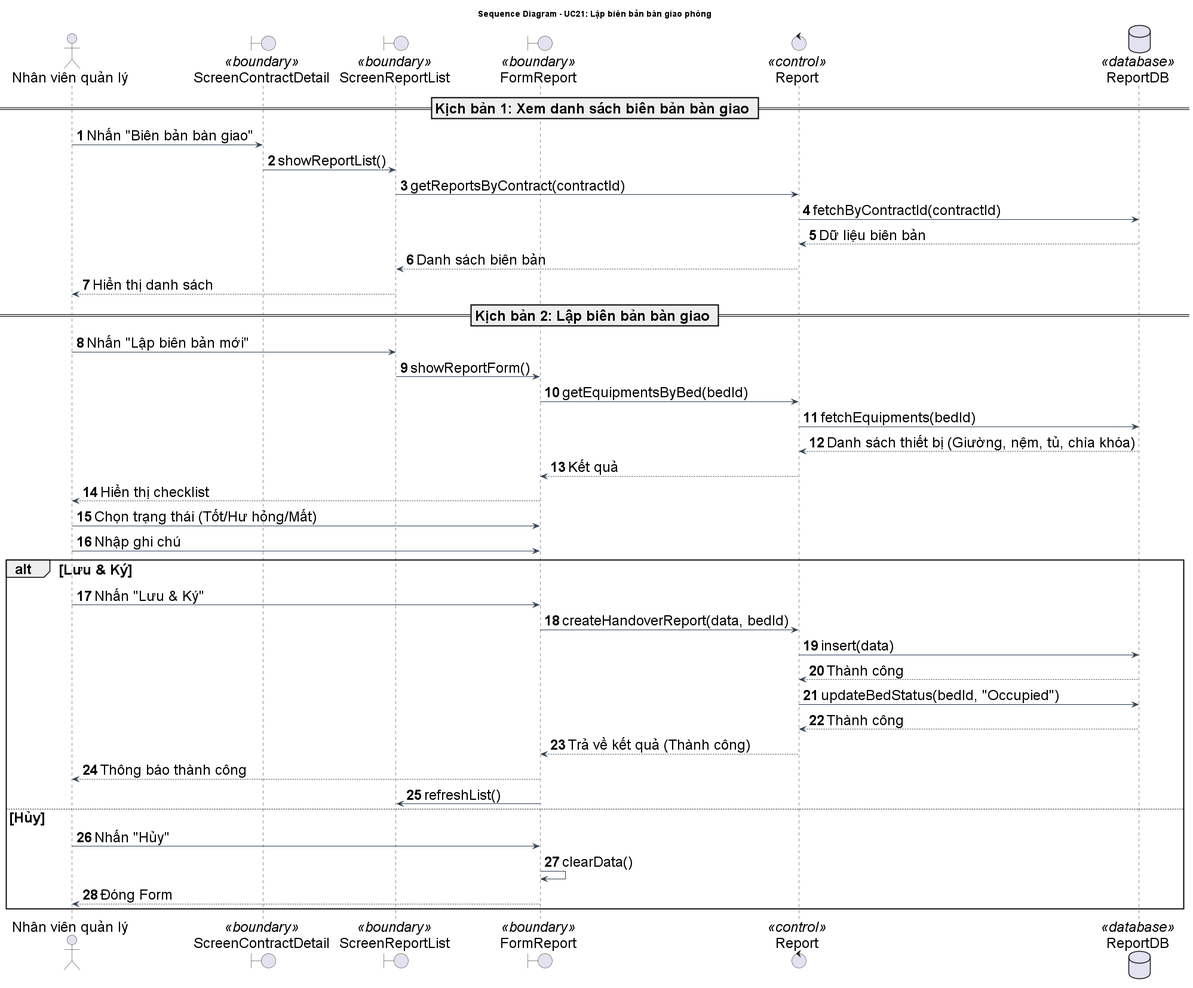
Earlier version of the PlantUML export diagram/system/bien_ban_ban_giao_phong/QuanLyBienBan_SequenceDiagram.png (Gnourt812005/HCMUS-Analyze-and-desgin-IS).
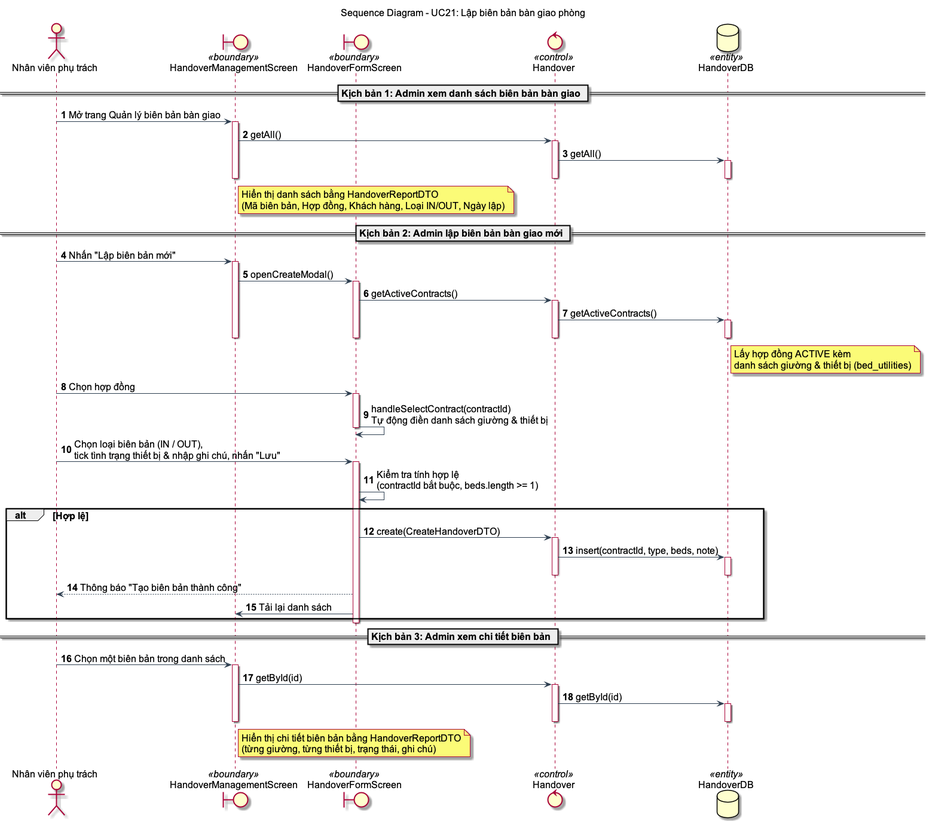
The same diagram one commit later.

Commit message:
fix class diagram + sequence quản lý hợp đồng, quản lý biên bản bàn giao

Diff of the diagram source:
```diff
@@ -5,59 +5,84 @@
     BackgroundColor White
     ArrowColor #2D3E50
     DefaultFontName "Arial"
-    DefaultFontSize 24
-    ParticipantPadding 20
+    DefaultFontSize 16
+    ParticipantPadding 15
     BoxPadding 10
 }
 
-actor "Nhân viên quản lý" as Actor
-boundary "ScreenContractDetail" as DetailGUI <<boundary>>
-boundary "ScreenReportList" as ListGUI <<boundary>>
-boundary "FormReport" as FormGUI <<boundary>>
-control "Report" as BUS <<control>>
-database "ReportDB" as DB <<database>>
-
 autonumber
 
-== Kịch bản 1: Xem danh sách biên bản bàn giao ==
-Actor -> DetailGUI: Nhấn "Biên bản bàn giao"
-DetailGUI -> ListGUI: showReportList()
-ListGUI -> BUS: getReportsByContract(contractId)
-BUS -> DB: fetchByContractId(contractId)
-DB --> BUS: Dữ liệu biên bản
-BUS --> ListGUI: Danh sách biên bản
-ListGUI --> Actor: Hiển thị danh sách
+actor "Nhân viên phụ trách" as Admin
 
-== Kịch bản 2: Lập biên bản bàn giao ==
-Actor -> ListGUI: Nhấn "Lập biên bản mới"
-ListGUI -> FormGUI: showReportForm()
+boundary "HandoverManagementScreen" as GUI_List <<boundary>>
+boundary "HandoverFormScreen" as GUI_Form <<boundary>>
 
-FormGUI -> BUS: getEquipmentsByBed(bedId)
-BUS -> DB: fetchEquipments(bedId)
-DB --> BUS: Danh sách thiết bị (Giường, nệm, tủ, chìa khóa)
-BUS --> FormGUI: Kết quả
-FormGUI --> Actor: Hiển thị checklist
+control "Handover" as BUS <<control>>
 
-Actor -> FormGUI: Chọn trạng thái (Tốt/Hư hỏng/Mất)
-Actor -> FormGUI: Nhập ghi chú
+database "HandoverDB" as DAO <<entity>>
 
-alt Lưu & Ký
-    Actor -> FormGUI: Nhấn "Lưu & Ký"
-    FormGUI -> BUS: createHandoverReport(data, bedId)
+== Kịch bản 1: Admin xem danh sách biên bản bàn giao ==
 
-    BUS -> DB: insert(data)
-    DB --> BUS: Thành công
+Admin -> GUI_List: Mở trang Quản lý biên bản bàn giao
+activate GUI_List
+    GUI_List -> BUS: getAll()
+    activate BUS
+        BUS -> DAO: getAll()
+        activate DAO
+        deactivate DAO
+    deactivate BUS
+    note right of GUI_List: Hiển thị danh sách bằng HandoverReportDTO\n(Mã biên bản, Hợp đồng, Khách hàng, Loại IN/OUT, Ngày lập)
+deactivate GUI_List
 
-    BUS -> DB: updateBedStatus(bedId, "Occupied")
-    DB --> BUS: Thành công
+== Kịch bản 2: Admin lập biên bản bàn giao mới ==
 
-    BUS --> FormGUI: Trả về kết quả (Thành công)
-    FormGUI --> Actor: Thông báo thành công
-    FormGUI -> ListGUI: refreshList()
-else Hủy
-    Actor -> FormGUI: Nhấn "Hủy"
-    FormGUI -> FormGUI: clearData()
-    FormGUI --> Actor: Đóng Form
-end
+Admin -> GUI_List: Nhấn "Lập biên bản mới"
+activate GUI_List
+    GUI_List -> GUI_Form: openCreateModal()
+    activate GUI_Form
+
+        GUI_Form -> BUS: getActiveContracts()
+        activate BUS
+            BUS -> DAO: getActiveContracts()
+            activate DAO
+                note right of DAO: Lấy hợp đồng ACTIVE kèm\ndanh sách giường & thiết bị (bed_utilities)
+            deactivate DAO
+        deactivate BUS
+    deactivate GUI_Form
+deactivate GUI_List
+
+Admin -> GUI_Form: Chọn hợp đồng
+activate GUI_Form
+    GUI_Form -> GUI_Form: handleSelectContract(contractId)\nTự động điền danh sách giường & thiết bị
+deactivate GUI_Form
+
+Admin -> GUI_Form: Chọn loại biên bản (IN / OUT),\ntick tình trạng thiết bị & nhập ghi chú, nhấn "Lưu"
+activate GUI_Form
+    GUI_Form -> GUI_Form: Kiểm tra tính hợp lệ\n(contractId bắt buộc, beds.length >= 1)
+
+    alt Hợp lệ
+        GUI_Form -> BUS: create(CreateHandoverDTO)
+        activate BUS
+            BUS -> DAO: insert(contractId, type, beds, note)
+            activate DAO
+            deactivate DAO
+        deactivate BUS
+        GUI_Form --> Admin: Thông báo "Tạo biên bản thành công"
+        GUI_Form -> GUI_List: Tải lại danh sách
+    end
+deactivate GUI_Form
+
+== Kịch bản 3: Admin xem chi tiết biên bản ==
+
+Admin -> GUI_List: Chọn một biên bản trong danh sách
+activate GUI_List
+    GUI_List -> BUS: getById(id)
+    activate BUS
+        BUS -> DAO: getById(id)
+        activate DAO
+        deactivate DAO
+    deactivate BUS
+    note right of GUI_List: Hiển thị chi tiết biên bản bằng HandoverReportDTO\n(từng giường, từng thiết bị, trạng thái, ghi chú)
+deactivate GUI_List
 
 @enduml
```
